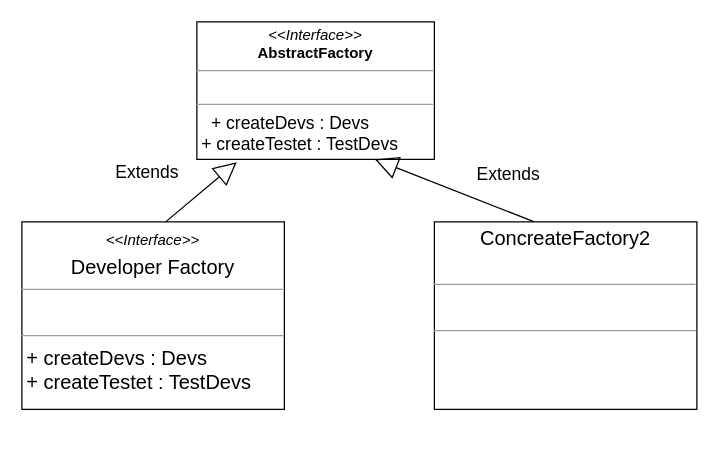
Earlier version of the draw.io diagram creational/abstract-factory/abs-factory.drawio (MaksShadows/Patterns). Source tidied: cells renumbered, new cells numbered last; positions are measured from the earlier drawing's top-left corner, leaving out a move shared by most shapes. Both pictures are drawn from the tidied source at 125%, with x=0, y=0 at pixel (21, 21).
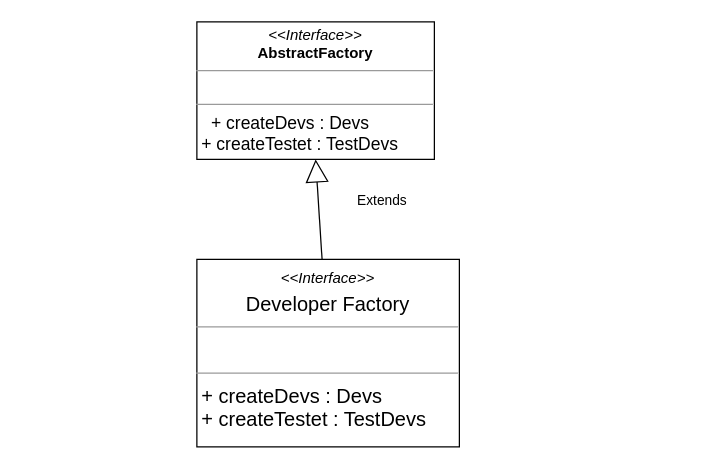
The same diagram, later.

Change to the diagram source:
```diff
@@
 <mxGraphModel>
   <root>
     <mxCell id="0" />
     <mxCell id="1" parent="0" />
     <mxCell id="2" value="&lt;p style=&quot;margin: 0px ; margin-top: 4px ; text-align: center&quot;&gt;&lt;i&gt;&amp;lt;&amp;lt;Interface&amp;gt;&amp;gt;&lt;/i&gt;&lt;br&gt;&lt;b&gt;AbstractFactory&lt;/b&gt;&lt;/p&gt;&lt;hr size=&quot;1&quot;&gt;&lt;p style=&quot;margin: 0px ; margin-left: 4px&quot;&gt;&lt;br&gt;&lt;/p&gt;&lt;hr size=&quot;1&quot;&gt;&lt;p style=&quot;text-align: justify ; margin: 0px 0px 0px 4px&quot;&gt;&lt;font style=&quot;font-size: 14px&quot;&gt;&amp;nbsp; + createDevs : Devs&lt;/font&gt;&lt;/p&gt;&lt;p style=&quot;text-align: justify ; margin: 0px 0px 0px 4px&quot;&gt;&lt;font style=&quot;font-size: 14px&quot;&gt;+ createTestet : TestDevs&lt;/font&gt;&lt;/p&gt;" style="verticalAlign=top;align=left;overflow=fill;fontSize=12;fontFamily=Helvetica;html=1;" parent="1" vertex="1">
       <mxGeometry x="140" width="190" height="110" as="geometry" />
     </mxCell>
     <mxCell id="3" value="&lt;p style=&quot;text-align: center ; margin: 4px 0px 0px ; font-size: 16px&quot;&gt;&lt;font style=&quot;font-size: 16px&quot;&gt;&lt;i style=&quot;font-size: 12px&quot;&gt;&amp;lt;&amp;lt;Interface&amp;gt;&amp;gt;&lt;/i&gt;&lt;br style=&quot;font-size: 12px&quot;&gt;&lt;/font&gt;&lt;/p&gt;&lt;p style=&quot;text-align: center ; margin: 4px 0px 0px ; font-size: 16px&quot;&gt;&lt;font style=&quot;font-size: 16px&quot;&gt;&lt;span style=&quot;text-align: justify&quot;&gt;Developer Factory&lt;/span&gt;&lt;/font&gt;&lt;/p&gt;&lt;hr size=&quot;1&quot; style=&quot;text-align: justify ; font-size: 16px&quot;&gt;&lt;p style=&quot;text-align: justify ; margin: 0px 0px 0px 4px ; font-size: 16px&quot;&gt;&lt;font style=&quot;font-size: 16px&quot;&gt;&lt;br&gt;&lt;/font&gt;&lt;/p&gt;&lt;hr size=&quot;1&quot; style=&quot;text-align: justify ; font-size: 16px&quot;&gt;&lt;p style=&quot;text-align: justify ; margin: 0px 0px 0px 4px ; font-size: 16px&quot;&gt;&lt;font style=&quot;font-size: 16px&quot;&gt;+ createDevs : Devs&lt;/font&gt;&lt;/p&gt;&lt;p style=&quot;text-align: justify ; margin: 0px 0px 0px 4px ; font-size: 16px&quot;&gt;&lt;font style=&quot;font-size: 16px&quot;&gt;+ createTestet : TestDevs&lt;br&gt;&lt;/font&gt;&lt;/p&gt;&lt;div style=&quot;font-size: 16px&quot;&gt;&lt;font style=&quot;font-size: 16px&quot;&gt;&lt;br&gt;&lt;/font&gt;&lt;/div&gt;&lt;div style=&quot;font-size: 16px&quot;&gt;&lt;span&gt;&lt;br&gt;&lt;/span&gt;&lt;/div&gt;" style="verticalAlign=top;align=left;overflow=fill;fontSize=12;fontFamily=Helvetica;html=1;" parent="1" vertex="1">
-      <mxGeometry y="160" width="210" height="150" as="geometry" />
+      <mxGeometry x="140" y="190" width="210" height="150" as="geometry" />
     </mxCell>
-    <mxCell id="4" value="Extends" style="endArrow=block;endSize=16;endFill=0;html=1;fontSize=14;entryX=0.168;entryY=1.02;entryDx=0;entryDy=0;entryPerimeter=0;exitX=0.75;exitY=0;exitDx=0;exitDy=0;" parent="1" edge="1" target="2">
-      <mxGeometry x="-0.62" y="40" relative="1" as="geometry">
-        <mxPoint x="115" y="160" as="sourcePoint" />
-      </mxGeometry>
-    </mxCell>
-    <mxCell id="5" value="Extends" style="endArrow=block;endSize=16;endFill=0;html=1;fontSize=14;entryX=0.75;entryY=1;entryDx=0;entryDy=0;" parent="1" edge="1" target="2">
-      <mxGeometry x="-0.5" y="-28" relative="1" as="geometry">
-        <mxPoint x="410" y="160" as="sourcePoint" />
-      </mxGeometry>
-    </mxCell>
-    <mxCell id="6" value="&lt;p style=&quot;text-align: center ; margin: 4px 0px 0px ; font-size: 16px&quot;&gt;&lt;font style=&quot;font-size: 16px&quot;&gt;&lt;span style=&quot;text-align: justify&quot;&gt;ConcreateFactory2&lt;/span&gt;&lt;br&gt;&lt;/font&gt;&lt;/p&gt;&lt;div style=&quot;font-size: 16px&quot;&gt;&lt;br&gt;&lt;/div&gt;&lt;hr size=&quot;1&quot; style=&quot;text-align: justify ; font-size: 16px&quot;&gt;&lt;p style=&quot;text-align: justify ; margin: 0px 0px 0px 4px ; font-size: 16px&quot;&gt;&lt;font style=&quot;font-size: 16px&quot;&gt;&lt;br&gt;&lt;/font&gt;&lt;/p&gt;&lt;hr size=&quot;1&quot; style=&quot;text-align: justify ; font-size: 16px&quot;&gt;&lt;p style=&quot;text-align: justify ; margin: 0px 0px 0px 4px ; font-size: 16px&quot;&gt;&lt;br&gt;&lt;/p&gt;&lt;div style=&quot;font-size: 16px&quot;&gt;&lt;span&gt;&lt;br&gt;&lt;/span&gt;&lt;/div&gt;" style="verticalAlign=top;align=left;overflow=fill;fontSize=12;fontFamily=Helvetica;html=1;" parent="1" vertex="1">
-      <mxGeometry x="330" y="160" width="210" height="150" as="geometry" />
+    <mxCell id="6" value="Extends" style="endArrow=block;endSize=16;endFill=0;html=1;entryX=0.5;entryY=1;entryDx=0;entryDy=0;" parent="1" edge="1" source="3" target="2">
+      <mxGeometry x="0.09" y="-51" relative="1" as="geometry" />
     </mxCell>
   </root>
 </mxGraphModel>
```
